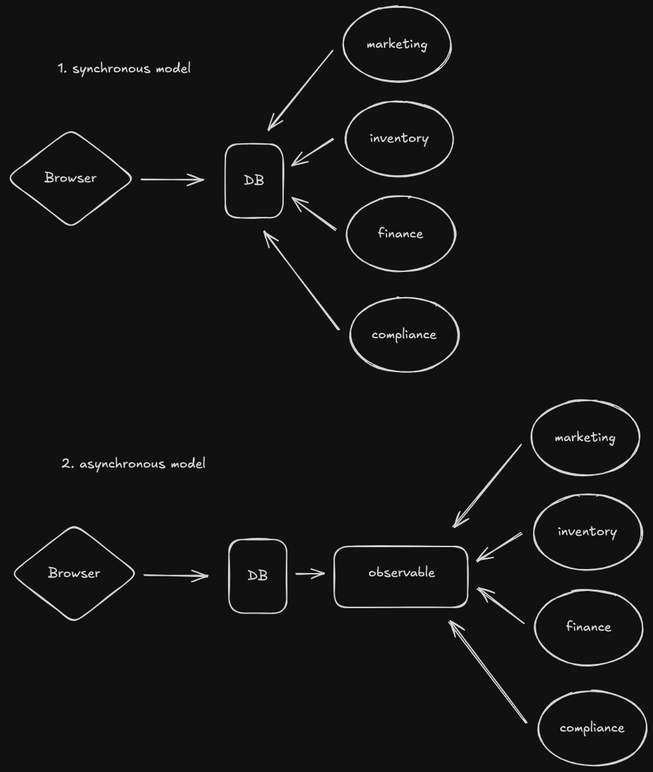
This is js-streams-observable.png from bronifty/js-node-and-web-streams, a Excalidraw export, as it was before one commit. Source tidied: one line per element, renumbered; positions are measured from the earlier drawing's top-left corner, leaving out a move shared by most shapes. Its diagram source:
```json
{"id": 0, "type": "rectangle", "strokeColor": "#1e1e1e", "strokeWidth": 2, "roughness": 1, "round": true, "x": 330, "y": 207, "width": 87, "height": 111}
{"id": 1, "type": "text", "text": "DB", "strokeColor": "#1e1e1e", "strokeWidth": 2, "roughness": 1, "fontSize": 20, "fontFamily": 5, "textAlign": "center", "verticalAlign": "middle", "inside": 0, "x": 358, "y": 250, "width": 31, "height": 25}
{"id": 2, "type": "diamond", "strokeColor": "#1e1e1e", "strokeWidth": 2, "roughness": 1, "round": true, "x": 0, "y": 184, "width": 193, "height": 149}
{"id": 3, "type": "text", "text": "Browser", "strokeColor": "#1e1e1e", "strokeWidth": 2, "roughness": 1, "fontSize": 20, "fontFamily": 5, "textAlign": "center", "verticalAlign": "middle", "inside": 2, "x": 57, "y": 246, "width": 79, "height": 25}
{"id": 4, "type": "arrow", "strokeColor": "#1e1e1e", "strokeWidth": 2, "roughness": 1, "endArrowhead": "arrow", "round": true, "from": 2, "x": 203, "y": 261, "width": 95, "height": 0, "points": [[0, 0], [95, 0]]}
{"id": 5, "type": "ellipse", "strokeColor": "#1e1e1e", "strokeWidth": 2, "roughness": 1, "round": true, "x": 508, "y": 0, "width": 163, "height": 113}
{"id": 6, "type": "text", "text": "marketing", "strokeColor": "#1e1e1e", "strokeWidth": 2, "roughness": 1, "fontSize": 20, "fontFamily": 5, "textAlign": "center", "verticalAlign": "middle", "inside": 5, "x": 543, "y": 44, "width": 92, "height": 25}
{"id": 7, "type": "ellipse", "strokeColor": "#1e1e1e", "strokeWidth": 2, "roughness": 1, "round": true, "x": 511, "y": 142, "width": 163, "height": 113}
{"id": 8, "type": "text", "text": "inventory", "strokeColor": "#1e1e1e", "strokeWidth": 2, "roughness": 1, "fontSize": 20, "fontFamily": 5, "textAlign": "center", "verticalAlign": "middle", "inside": 7, "x": 548, "y": 186, "width": 89, "height": 25}
{"id": 9, "type": "ellipse", "strokeColor": "#1e1e1e", "strokeWidth": 2, "roughness": 1, "round": true, "x": 513, "y": 286, "width": 163, "height": 113}
{"id": 10, "type": "text", "text": "finance", "strokeColor": "#1e1e1e", "strokeWidth": 2, "roughness": 1, "fontSize": 20, "fontFamily": 5, "textAlign": "center", "verticalAlign": "middle", "inside": 9, "x": 560, "y": 330, "width": 68, "height": 25}
{"id": 11, "type": "ellipse", "strokeColor": "#1e1e1e", "strokeWidth": 2, "roughness": 1, "round": true, "x": 518, "y": 438, "width": 163, "height": 113}
{"id": 12, "type": "text", "text": "compliance", "strokeColor": "#1e1e1e", "strokeWidth": 2, "roughness": 1, "fontSize": 20, "fontFamily": 5, "textAlign": "center", "verticalAlign": "middle", "inside": 11, "x": 550, "y": 482, "width": 98, "height": 25}
{"id": 13, "type": "arrow", "strokeColor": "#1e1e1e", "strokeWidth": 2, "roughness": 1, "endArrowhead": "arrow", "round": true, "from": 5, "to": 0, "x": 492, "y": 68, "width": 97, "height": 119, "points": [[0, 0], [-97, 119]]}
{"id": 14, "type": "arrow", "strokeColor": "#1e1e1e", "strokeWidth": 2, "roughness": 1, "endArrowhead": "arrow", "round": true, "from": 7, "to": 0, "x": 493, "y": 200, "width": 62, "height": 39, "points": [[0, 0], [-62, 39]]}
{"id": 15, "type": "arrow", "strokeColor": "#1e1e1e", "strokeWidth": 2, "roughness": 1, "endArrowhead": "arrow", "round": true, "from": 9, "to": 0, "x": 496, "y": 336, "width": 64, "height": 48, "points": [[0, 0], [-64, -48]]}
{"id": 16, "type": "arrow", "strokeColor": "#1e1e1e", "strokeWidth": 2, "roughness": 1, "endArrowhead": "arrow", "round": true, "from": 11, "to": 0, "x": 500, "y": 486, "width": 113, "height": 147, "points": [[0, 0], [-113, -147]]}
{"id": 17, "type": "text", "text": "1. synchronous model", "strokeColor": "#1e1e1e", "strokeWidth": 2, "roughness": 1, "fontSize": 20, "fontFamily": 5, "x": 77, "y": 82, "width": 201, "height": 25}
{"id": 18, "type": "rectangle", "strokeColor": "#1e1e1e", "strokeWidth": 2, "roughness": 1, "round": true, "x": 335, "y": 804, "width": 87, "height": 111}
{"id": 19, "type": "text", "text": "DB", "strokeColor": "#1e1e1e", "strokeWidth": 2, "roughness": 1, "fontSize": 20, "fontFamily": 5, "textAlign": "center", "verticalAlign": "middle", "inside": 18, "x": 364, "y": 847, "width": 31, "height": 25}
{"id": 20, "type": "diamond", "strokeColor": "#1e1e1e", "strokeWidth": 2, "roughness": 1, "round": true, "x": 5, "y": 780, "width": 193, "height": 149}
{"id": 21, "type": "text", "text": "Browser", "strokeColor": "#1e1e1e", "strokeWidth": 2, "roughness": 1, "fontSize": 20, "fontFamily": 5, "textAlign": "center", "verticalAlign": "middle", "inside": 20, "x": 62, "y": 842, "width": 79, "height": 25}
{"id": 22, "type": "arrow", "strokeColor": "#1e1e1e", "strokeWidth": 2, "roughness": 1, "endArrowhead": "arrow", "round": true, "from": 20, "x": 209, "y": 857, "width": 95, "height": 0, "points": [[0, 0], [95, 0]]}
{"id": 23, "type": "ellipse", "strokeColor": "#1e1e1e", "strokeWidth": 2, "roughness": 1, "round": true, "x": 791, "y": 593, "width": 163, "height": 113}
{"id": 24, "type": "text", "text": "marketing", "strokeColor": "#1e1e1e", "strokeWidth": 2, "roughness": 1, "fontSize": 20, "fontFamily": 5, "textAlign": "center", "verticalAlign": "middle", "inside": 23, "x": 827, "y": 637, "width": 92, "height": 25}
{"id": 25, "type": "ellipse", "strokeColor": "#1e1e1e", "strokeWidth": 2, "roughness": 1, "round": true, "x": 795, "y": 736, "width": 163, "height": 113}
{"id": 26, "type": "text", "text": "inventory", "strokeColor": "#1e1e1e", "strokeWidth": 2, "roughness": 1, "fontSize": 20, "fontFamily": 5, "textAlign": "center", "verticalAlign": "middle", "inside": 25, "x": 832, "y": 780, "width": 89, "height": 25}
{"id": 27, "type": "ellipse", "strokeColor": "#1e1e1e", "strokeWidth": 2, "roughness": 1, "round": true, "x": 797, "y": 879, "width": 163, "height": 113}
{"id": 28, "type": "text", "text": "finance", "strokeColor": "#1e1e1e", "strokeWidth": 2, "roughness": 1, "fontSize": 20, "fontFamily": 5, "textAlign": "center", "verticalAlign": "middle", "inside": 27, "x": 844, "y": 923, "width": 68, "height": 25}
{"id": 29, "type": "ellipse", "strokeColor": "#1e1e1e", "strokeWidth": 2, "roughness": 1, "round": true, "x": 802, "y": 1031, "width": 163, "height": 113}
{"id": 30, "type": "text", "text": "compliance", "strokeColor": "#1e1e1e", "strokeWidth": 2, "roughness": 1, "fontSize": 20, "fontFamily": 5, "textAlign": "center", "verticalAlign": "middle", "inside": 29, "x": 834, "y": 1076, "width": 98, "height": 25}
{"id": 31, "type": "arrow", "strokeColor": "#1e1e1e", "strokeWidth": 2, "roughness": 1, "endArrowhead": "arrow", "round": true, "from": 23, "x": 776, "y": 661, "width": 101, "height": 124, "points": [[0, 0], [-101, 124]]}
{"id": 32, "type": "arrow", "strokeColor": "#1e1e1e", "strokeWidth": 2, "roughness": 1, "endArrowhead": "arrow", "round": true, "from": 25, "x": 777, "y": 794, "width": 67, "height": 43, "points": [[0, 0], [-67, 43]]}
{"id": 33, "type": "arrow", "strokeColor": "#1e1e1e", "strokeWidth": 2, "roughness": 1, "endArrowhead": "arrow", "round": true, "from": 27, "x": 780, "y": 930, "width": 69, "height": 52, "points": [[0, 0], [-69, -52]]}
{"id": 34, "type": "arrow", "strokeColor": "#1e1e1e", "strokeWidth": 2, "roughness": 1, "endArrowhead": "arrow", "round": true, "from": 29, "x": 784, "y": 1079, "width": 116, "height": 152, "points": [[0, 0], [-116, -152]]}
{"id": 35, "type": "text", "text": "2. asynchronous model", "strokeColor": "#1e1e1e", "strokeWidth": 2, "roughness": 1, "fontSize": 20, "fontFamily": 5, "x": 83, "y": 678, "width": 218, "height": 25}
{"id": 36, "type": "rectangle", "strokeColor": "#1e1e1e", "strokeWidth": 2, "roughness": 1, "round": true, "x": 494, "y": 814, "width": 201, "height": 92}
{"id": 37, "type": "text", "text": "observable", "strokeColor": "#1e1e1e", "strokeWidth": 2, "roughness": 1, "fontSize": 20, "fontFamily": 5, "x": 546, "y": 842, "width": 101, "height": 25}
{"id": 38, "type": "arrow", "strokeColor": "#1e1e1e", "strokeWidth": 2, "roughness": 1, "endArrowhead": "arrow", "round": true, "from": 18, "to": 36, "x": 437, "y": 855, "width": 41, "height": 0, "points": [[0, 0], [41, 0]]}
```
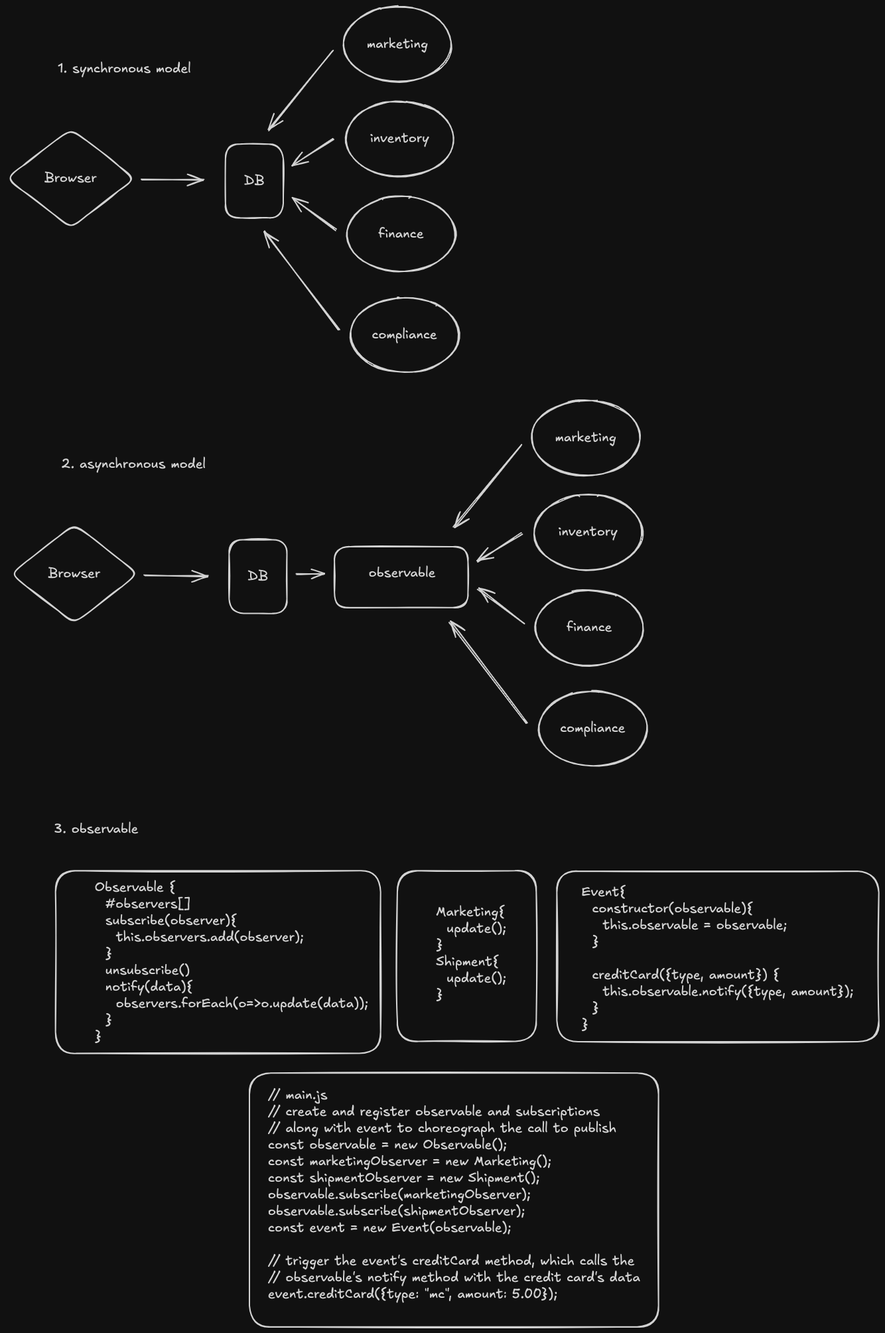
The same file after the commit.

Change to the diagram source:
```diff
@@ -37,3 +37,12 @@
 {"id": 36, "type": "rectangle", "strokeColor": "#1e1e1e", "strokeWidth": 2, "roughness": 1, "round": true, "x": 494, "y": 814, "width": 201, "height": 92}
 {"id": 37, "type": "text", "text": "observable", "strokeColor": "#1e1e1e", "strokeWidth": 2, "roughness": 1, "fontSize": 20, "fontFamily": 5, "x": 546, "y": 842, "width": 101, "height": 25}
 {"id": 38, "type": "arrow", "strokeColor": "#1e1e1e", "strokeWidth": 2, "roughness": 1, "endArrowhead": "arrow", "round": true, "from": 18, "to": 36, "x": 437, "y": 855, "width": 41, "height": 0, "points": [[0, 0], [41, 0]]}
+{"id": 39, "type": "text", "text": "3. observable", "strokeColor": "#1e1e1e", "strokeWidth": 2, "roughness": 1, "fontSize": 20, "fontFamily": 5, "x": 72, "y": 1228, "width": 126, "height": 25}
+{"id": 40, "type": "rectangle", "strokeColor": "#1e1e1e", "strokeWidth": 2, "roughness": 1, "round": true, "x": 74, "y": 1302, "width": 490, "height": 275}
+{"id": 41, "type": "text", "text": "Observable {\n  #observers[]\n  subscribe(observer){\n    this.observers.add(observer);\n  }\n  unsubscribe()\n  notify(data){\n    observers.forEach(o=>o.update(data));\n  }\n}", "strokeColor": "#1e1e1e", "strokeWidth": 2, "roughness": 1, "fontSize": 20, "fontFamily": 5, "x": 133, "y": 1316, "width": 412, "height": 250}
+{"id": 42, "type": "rectangle", "strokeColor": "#1e1e1e", "strokeWidth": 2, "roughness": 1, "round": true, "x": 589, "y": 1302, "width": 209, "height": 257}
+{"id": 43, "type": "text", "text": "Marketing{\n  update();\n}\nShipment{\n  update();\n}", "strokeColor": "#1e1e1e", "strokeWidth": 2, "roughness": 1, "fontSize": 20, "fontFamily": 5, "x": 647, "y": 1353, "width": 106, "height": 150}
+{"id": 44, "type": "rectangle", "strokeColor": "#1e1e1e", "strokeWidth": 2, "roughness": 1, "round": true, "x": 829, "y": 1303, "width": 485, "height": 257}
+{"id": 45, "type": "text", "text": "Event{\n  constructor(observable){\n    this.observable = observable;\n  }\n   \n  creditCard({type, amount}) {\n    this.observable.notify({type, amount});\n  }\n}", "strokeColor": "#1e1e1e", "strokeWidth": 2, "roughness": 1, "fontSize": 20, "fontFamily": 5, "x": 867, "y": 1323, "width": 410, "height": 225}
+{"id": 46, "type": "rectangle", "strokeColor": "#1e1e1e", "strokeWidth": 2, "roughness": 1, "round": true, "x": 366, "y": 1607, "width": 617, "height": 382}
+{"id": 47, "type": "text", "text": "// main.js\n// create and register observable and subscriptions\n// along with event to choreograph the call to publish\nconst observable = new Observable();\nconst marketingObserver = new Marketing();\nconst shipmentObserver = new Shipment();\nobservable.subscribe(marketingObserver);\nobservable.subscribe(shipmentObserver);\nconst event = new Event(observable);\n\n// trigger the event's creditCard method, which calls the\n// observable's notify method with the credit card's data\nevent.creditCard({type: \"mc\", amount: 5.00});", "strokeColor": "#1e1e1e", "strokeWidth": 2, "roughness": 1, "fontSize": 20, "fontFamily": 5, "x": 394, "y": 1629, "width": 561, "height": 325}
```
